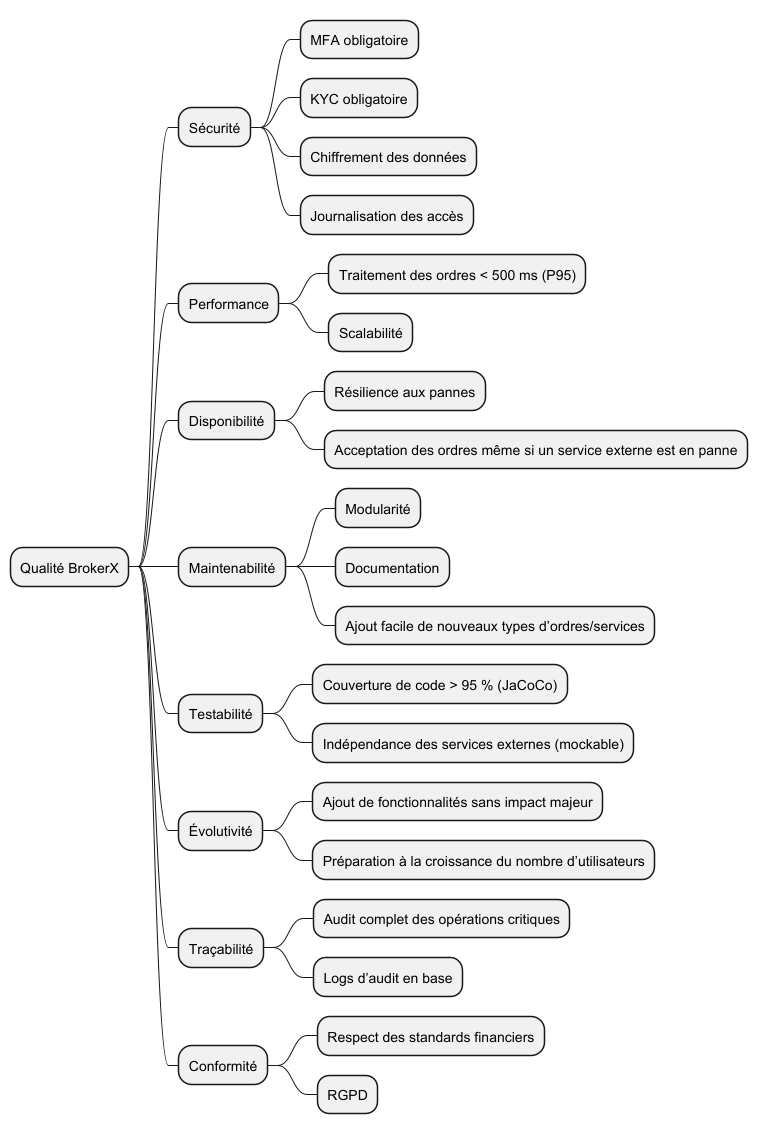
The PlantUML diagram docs/architecture/arc42/qualityTree.png in Hugo-12341234/BrokerX_MicroServices, before a commit.
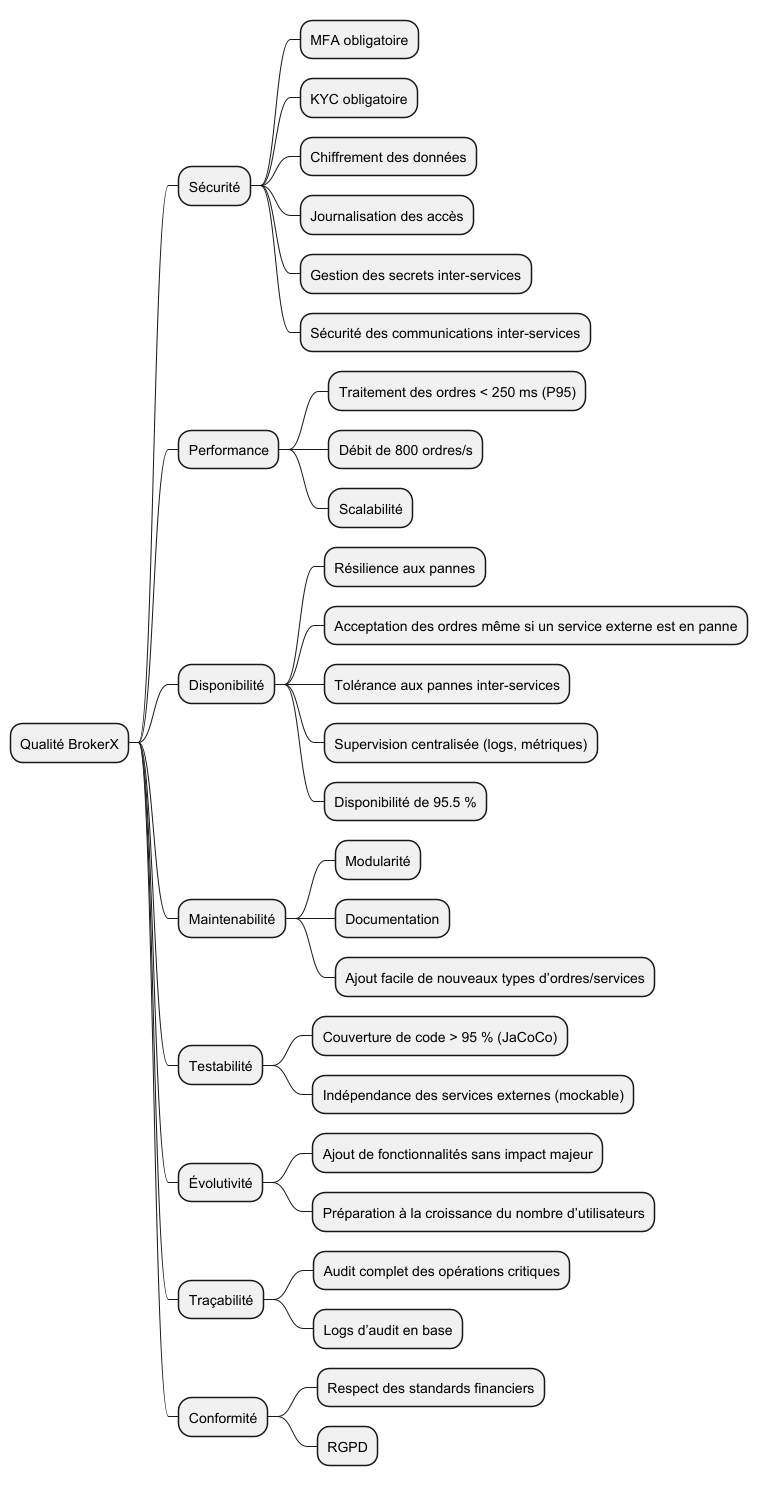
The same diagram one commit later.

Diff of the diagram source:
```diff
@@ -5,12 +5,18 @@
 *** KYC obligatoire
 *** Chiffrement des données
 *** Journalisation des accès
+*** Gestion des secrets inter-services
+*** Sécurité des communications inter-services
 ** Performance
-*** Traitement des ordres < 500 ms (P95)
+*** Traitement des ordres < 250 ms (P95)
+*** Débit de 800 ordres/s
 *** Scalabilité
 ** Disponibilité
 *** Résilience aux pannes
 *** Acceptation des ordres même si un service externe est en panne
+*** Tolérance aux pannes inter-services
+*** Supervision centralisée (logs, métriques)
+*** Disponibilité de 95.5 %
 ** Maintenabilité
 *** Modularité
 *** Documentation
```
